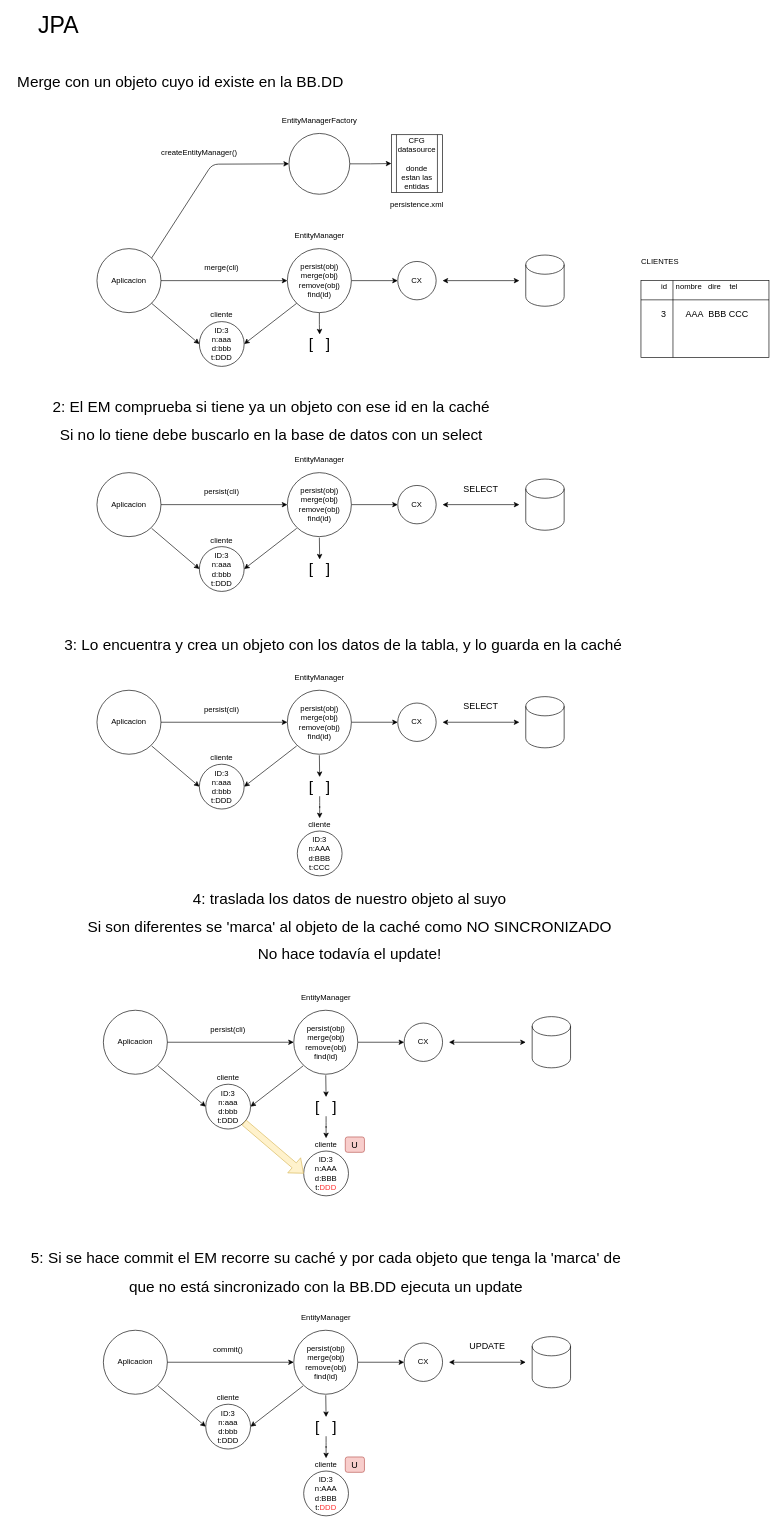
Before: page "Página-4" (3 of 17) of diagramas.drawio in lrag/Hibernate_JPA, a draw.io diagram. Source tidied: cells renumbered, new cells numbered last; positions are measured from the earlier drawing's top-left corner, leaving out a move shared by most shapes. Both pictures are drawn from the tidied source at 64%, with x=0, y=0 at pixel (11, 18).
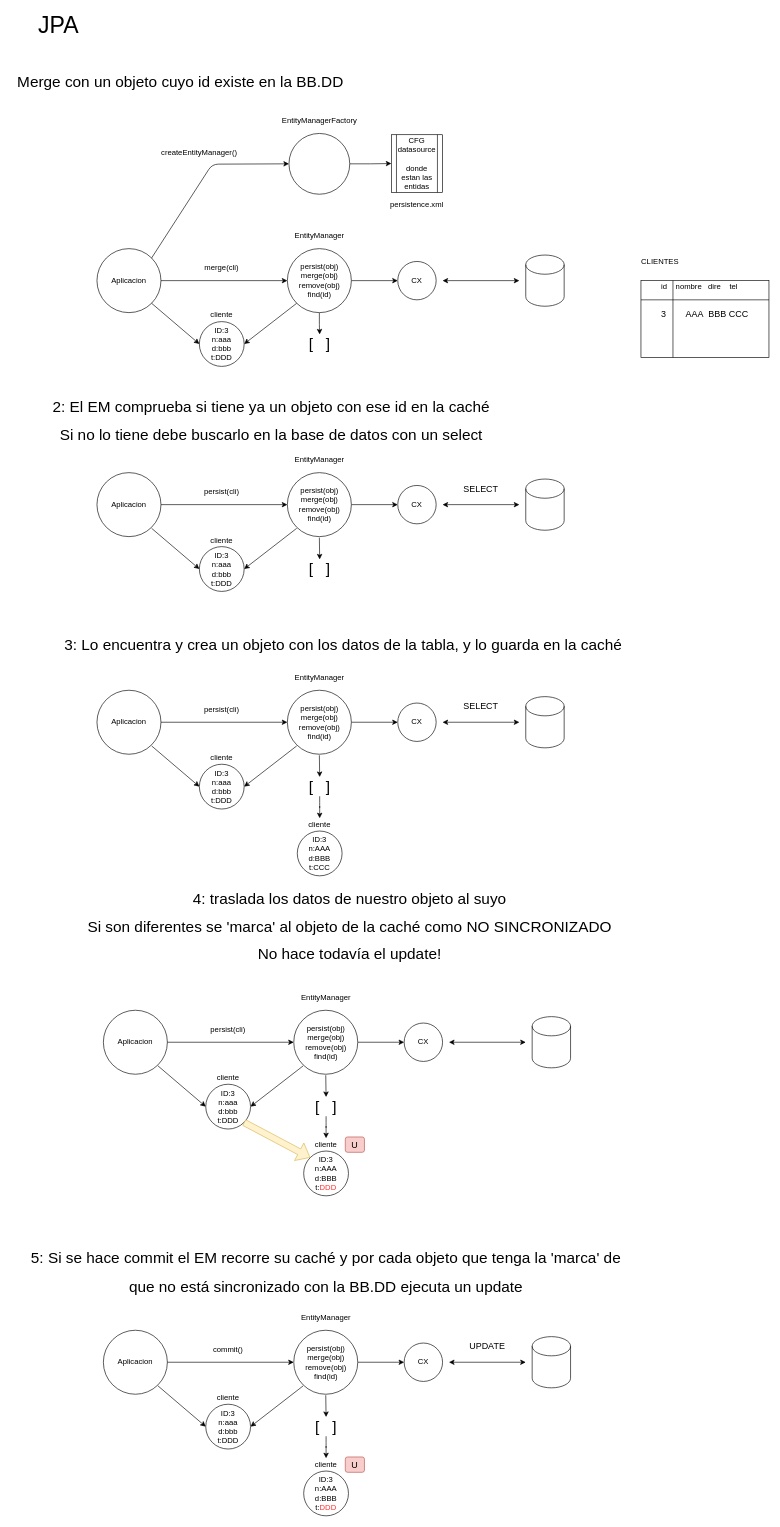
After the change.

The change refers to these unchanged cells:
```xml
<mxCell id="78" value="ID:3&lt;br&gt;n:aaa&lt;br&gt;d:bbb&lt;br&gt;t:DDD&lt;br&gt;" style="ellipse;whiteSpace=wrap;html=1;" parent="1" vertex="1">
  <mxGeometry x="304" y="1665.6" width="70" height="70" as="geometry" />
</mxCell>
<mxCell id="84" value="ID:3&lt;br&gt;n:AAA&lt;br&gt;d:BBB&lt;br&gt;t:&lt;font color=&quot;#ff3333&quot;&gt;DDD&lt;/font&gt;" style="ellipse;whiteSpace=wrap;html=1;" parent="1" vertex="1">
  <mxGeometry x="457" y="1770" width="70" height="70" as="geometry" />
</mxCell>
```

Diff of the diagram source:
```diff
@@
-    <mxCell id="86" style="shape=flexArrow;endArrow=classic;html=1;rounded=1;fontSize=14;exitX=1;exitY=1;exitDx=0;exitDy=0;entryX=0;entryY=0.5;entryDx=0;entryDy=0;fillColor=#fff2cc;strokeColor=#d6b656;" parent="1" edge="1" source="78" target="84">
+    <mxCell id="86" style="shape=flexArrow;endArrow=classic;html=1;rounded=1;fontSize=14;exitX=1;exitY=1;exitDx=0;exitDy=0;entryX=0;entryY=0;entryDx=0;entryDy=0;fillColor=#fff2cc;strokeColor=#d6b656;" parent="1" edge="1" source="78" target="84">
       <mxGeometry relative="1" as="geometry" />
     </mxCell>
```
